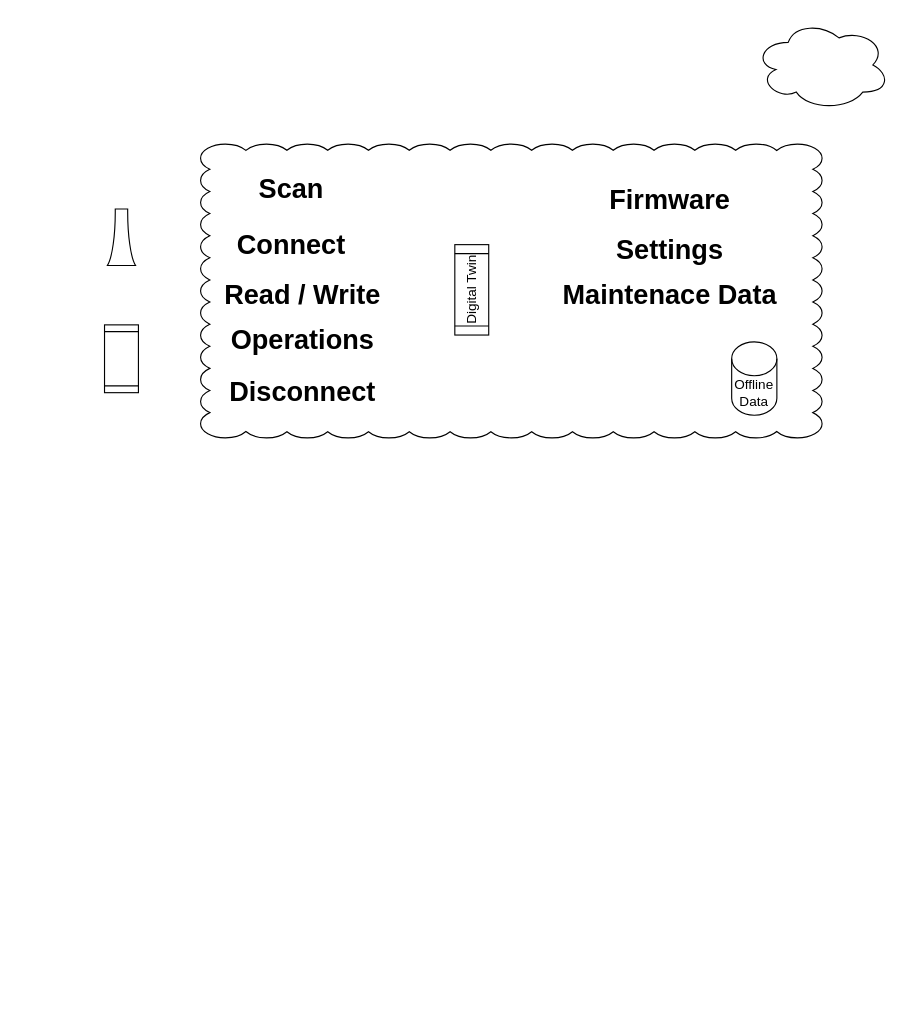
AjayItHub/Clean-Architecture-Notes keeps this draw.io diagram as page "BLE Device" (1 of 4) of dm.drawio. Above is the earlier version. Source tidied: cells renumbered, new cells numbered last; positions are measured from the earlier drawing's top-left corner, leaving out a move shared by most shapes. Both pictures are drawn from the tidied source at 113%, with x=0, y=0 at pixel (87, 19).
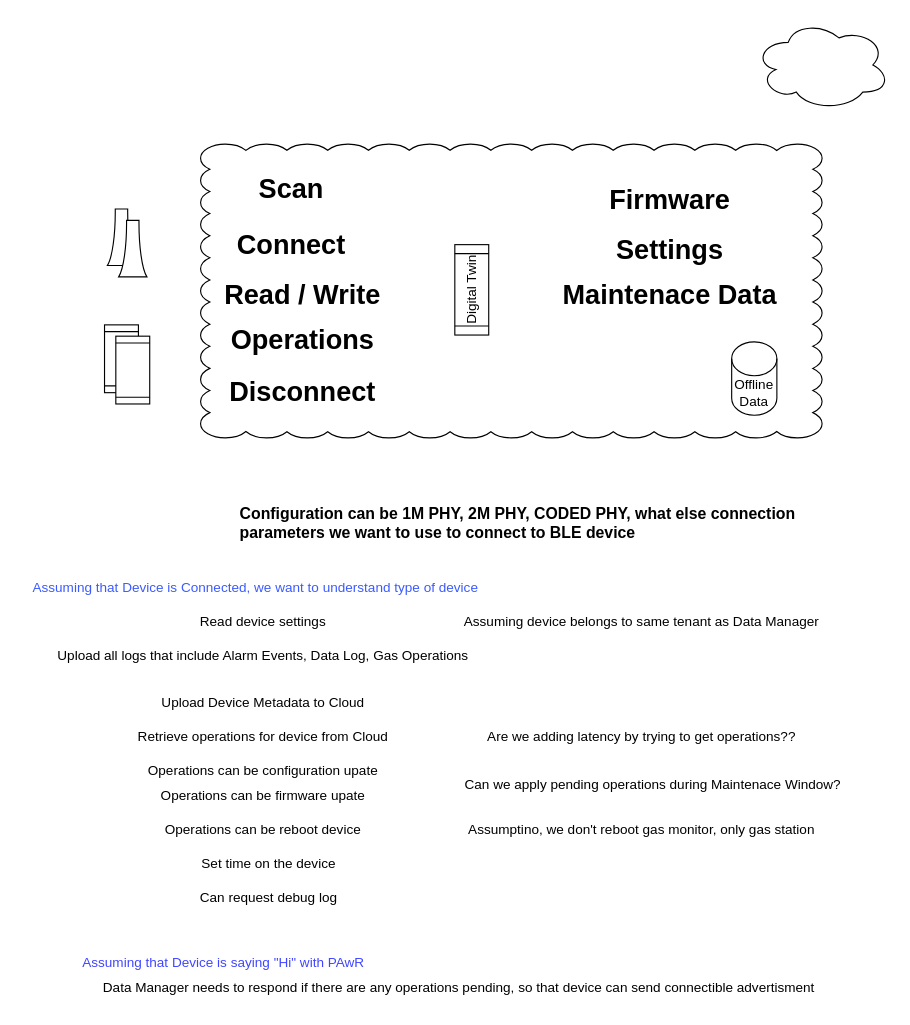
Above is the later version.

What changed in the source:
```diff
@@
+    <mxCell id="16" value="&lt;h1 style=&quot;font-size: 14px;&quot;&gt;Configuration can be 1M PHY, 2M PHY, CODED PHY, what else connection parameters we want to use to connect to BLE device&lt;/h1&gt;" style="text;html=1;spacing=5;spacingTop=-20;whiteSpace=wrap;overflow=hidden;rounded=0;fontSize=14;" parent="1" vertex="1">
+      <mxGeometry x="130" y="430" width="550" height="40" as="geometry" />
+    </mxCell>
+    <mxCell id="17" value="Assuming that Device is Connected, we want to understand type of device&amp;nbsp;" style="text;html=1;align=center;verticalAlign=middle;strokeColor=none;fillColor=none;fontColor=#3B5BFF;" parent="1" vertex="1">
+      <mxGeometry x="-60" y="488" width="420" height="30" as="geometry" />
+    </mxCell>
+    <mxCell id="18" value="Read device settings" style="text;html=1;align=center;verticalAlign=middle;strokeColor=none;fillColor=none;" parent="1" vertex="1">
+      <mxGeometry x="90" y="518" width="130" height="30" as="geometry" />
+    </mxCell>
+    <mxCell id="19" value="Assuming device belongs to same tenant as Data Manager" style="text;html=1;align=center;verticalAlign=middle;strokeColor=none;fillColor=none;" parent="1" vertex="1">
+      <mxGeometry x="320" y="518" width="340" height="30" as="geometry" />
+    </mxCell>
+    <mxCell id="20" value="Upload Device Metadata to Cloud" style="text;html=1;align=center;verticalAlign=middle;strokeColor=none;fillColor=none;" parent="1" vertex="1">
+      <mxGeometry x="55" y="590" width="200" height="30" as="geometry" />
+    </mxCell>
+    <mxCell id="21" value="Retrieve operations for device from Cloud" style="text;html=1;align=center;verticalAlign=middle;strokeColor=none;fillColor=none;" parent="1" vertex="1">
+      <mxGeometry x="35" y="620" width="240" height="30" as="geometry" />
+    </mxCell>
+    <mxCell id="22" value="Are we adding latency by trying to get operations??" style="text;html=1;align=center;verticalAlign=middle;strokeColor=none;fillColor=none;" parent="1" vertex="1">
+      <mxGeometry x="340" y="620" width="300" height="30" as="geometry" />
+    </mxCell>
+    <mxCell id="23" value="Operations can be configuration upate" style="text;html=1;align=center;verticalAlign=middle;strokeColor=none;fillColor=none;" parent="1" vertex="1">
+      <mxGeometry x="40" y="650" width="230" height="30" as="geometry" />
+    </mxCell>
+    <mxCell id="24" value="Operations can be firmware upate" style="text;html=1;align=center;verticalAlign=middle;strokeColor=none;fillColor=none;" parent="1" vertex="1">
+      <mxGeometry x="55" y="672" width="200" height="30" as="geometry" />
+    </mxCell>
+    <mxCell id="25" value="Operations can be reboot device" style="text;html=1;align=center;verticalAlign=middle;strokeColor=none;fillColor=none;" parent="1" vertex="1">
+      <mxGeometry x="55" y="702" width="200" height="30" as="geometry" />
+    </mxCell>
+    <mxCell id="26" value="Assumptino, we don't reboot gas monitor, only gas station" style="text;html=1;align=center;verticalAlign=middle;strokeColor=none;fillColor=none;" parent="1" vertex="1">
+      <mxGeometry x="325" y="702" width="330" height="30" as="geometry" />
+    </mxCell>
+    <mxCell id="27" value="Set time on the device" style="text;html=1;align=center;verticalAlign=middle;strokeColor=none;fillColor=none;" parent="1" vertex="1">
+      <mxGeometry x="90" y="732" width="140" height="30" as="geometry" />
+    </mxCell>
+    <mxCell id="28" value="Can request debug log" style="text;html=1;align=center;verticalAlign=middle;strokeColor=none;fillColor=none;" parent="1" vertex="1">
+      <mxGeometry x="90" y="762" width="140" height="30" as="geometry" />
+    </mxCell>
+    <mxCell id="29" value="Upload all logs that include Alarm Events, Data Log, Gas Operations" style="text;html=1;align=center;verticalAlign=middle;strokeColor=none;fillColor=none;" parent="1" vertex="1">
+      <mxGeometry x="-40" y="548" width="390" height="30" as="geometry" />
+    </mxCell>
+    <mxCell id="30" value="Can we apply pending operations during Maintenace Window?" style="text;html=1;align=center;verticalAlign=middle;strokeColor=none;fillColor=none;" parent="1" vertex="1">
+      <mxGeometry x="320" y="662" width="360" height="30" as="geometry" />
+    </mxCell>
+    <mxCell id="31" value="&lt;font color=&quot;#4046ff&quot;&gt;Assuming that Device is saying &quot;Hi&quot; with PAwR&lt;/font&gt;" style="text;html=1;align=center;verticalAlign=middle;strokeColor=none;fillColor=none;fontColor=#59FF9C;" parent="1" vertex="1">
+      <mxGeometry x="-15" y="820" width="270" height="30" as="geometry" />
+    </mxCell>
+    <mxCell id="32" value="Data Manager needs to respond if there are any operations pending, so that device can send connectible advertisment&amp;nbsp;" style="text;html=1;align=center;verticalAlign=middle;strokeColor=none;fillColor=none;" parent="1" vertex="1">
+      <mxGeometry y="842" width="660" height="30" as="geometry" />
+    </mxCell>
+    <mxCell id="33" style="shape=process;whiteSpace=wrap;html=1;backgroundOutline=1;rotation=-90;" parent="1" vertex="1">
+      <mxGeometry x="10" y="295" width="60" height="30" as="geometry" />
+    </mxCell>
+    <mxCell id="34" style="verticalLabelPosition=bottom;align=center;dashed=0;html=1;verticalAlign=top;shape=mxgraph.pid.flow_sensors.flow_nozzle;rotation=-90;" parent="1" vertex="1">
+      <mxGeometry x="15" y="190" width="50" height="25" as="geometry" />
+    </mxCell>
```
